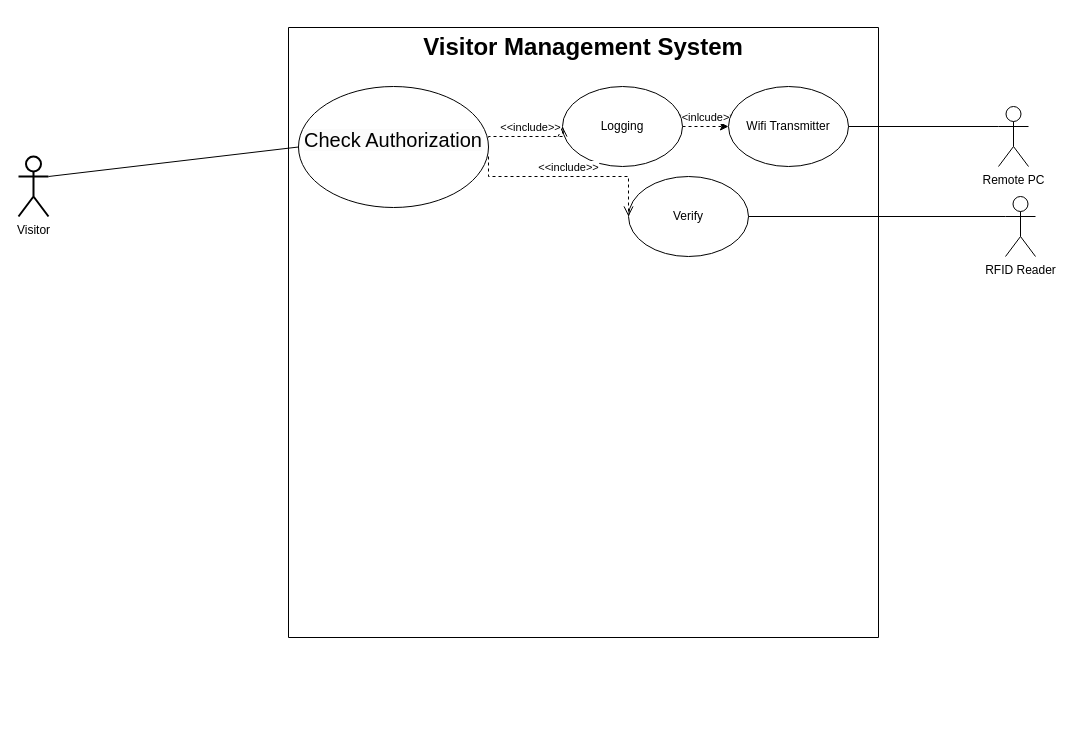
Above: UseCasediagram.drawio in iHaiDeeZ/Arduino (draw.io), before the change. Source tidied: cells renumbered, new cells numbered last; positions are measured from the earlier drawing's top-left corner, leaving out a move shared by most shapes. Both pictures are drawn from the tidied source at 100%, with x=0, y=0 at pixel (18, 27).
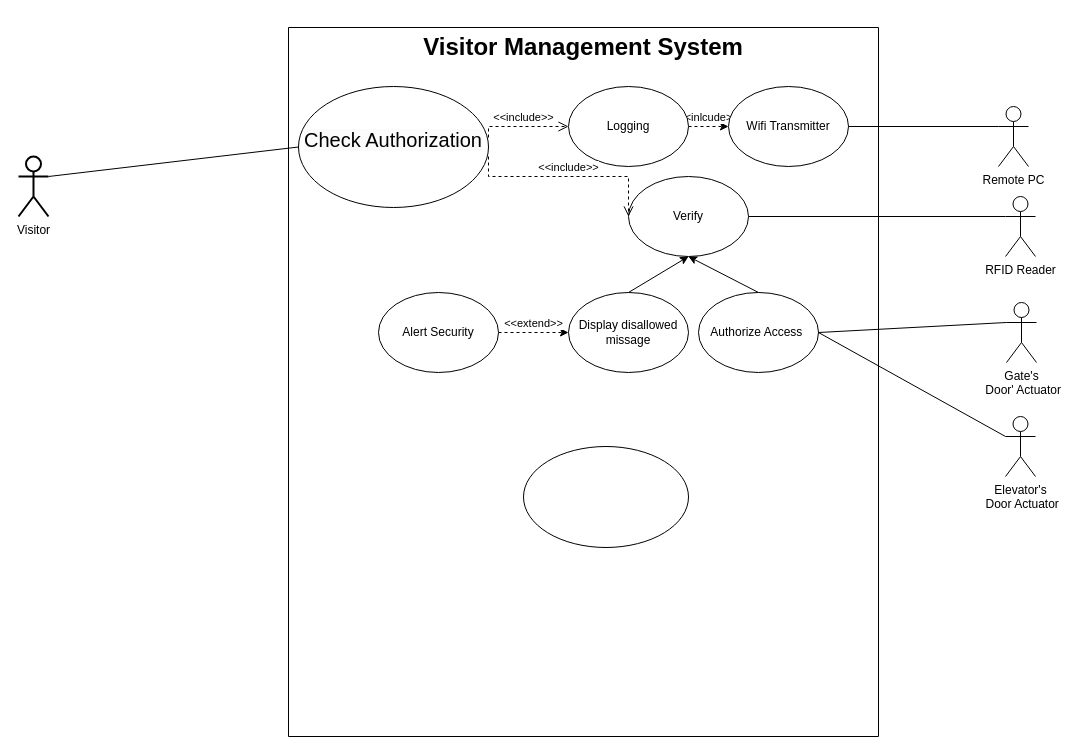
Above is the later version.

Unchanged cells that the change refers to:
```xml
<mxCell id="5" value="Verify" style="ellipse;whiteSpace=wrap;html=1;" parent="2" vertex="1">
  <mxGeometry x="340" y="149" width="120" height="80" as="geometry" />
</mxCell>
```

The edit, as a diff of the source:
```diff
@@
     <mxCell id="2" style="swimlane;startSize=0;" parent="1" vertex="1">
-      <mxGeometry x="270" width="590" height="610" as="geometry" />
+      <mxGeometry x="270" width="590" height="709" as="geometry" />
     </mxCell>
@@
     <mxCell id="7" value="Logging" style="ellipse;whiteSpace=wrap;html=1;" parent="2" vertex="1">
-      <mxGeometry x="274" y="59" width="120" height="80" as="geometry" />
+      <mxGeometry x="280" y="59" width="120" height="80" as="geometry" />
     </mxCell>
     <mxCell id="8" value="&amp;lt;&amp;lt;include&amp;gt;&amp;gt;" style="html=1;verticalAlign=bottom;endArrow=open;dashed=1;endSize=8;edgeStyle=elbowEdgeStyle;elbow=vertical;curved=0;rounded=0;strokeWidth=1;entryX=0;entryY=0.5;entryDx=0;entryDy=0;" parent="2" edge="1" target="7">
       <mxGeometry relative="1" as="geometry">
         <mxPoint x="200" y="110" as="sourcePoint" />
         <Array as="points">
+          <mxPoint x="220" y="99" />
           <mxPoint x="280" y="109" />
         </Array>
       </mxGeometry>
     </mxCell>
@@
+    <mxCell id="17" value="Display disallowed missage" style="ellipse;whiteSpace=wrap;html=1;" parent="2" vertex="1">
+      <mxGeometry x="280" y="265" width="120" height="80" as="geometry" />
+    </mxCell>
+    <mxCell id="18" value="Authorize Access&amp;nbsp;" style="ellipse;whiteSpace=wrap;html=1;" parent="2" vertex="1">
+      <mxGeometry x="410" y="265" width="120" height="80" as="geometry" />
+    </mxCell>
+    <mxCell id="19" style="endArrow=classic;html=1;rounded=0;exitX=0.5;exitY=0;exitDx=0;exitDy=0;entryX=0.5;entryY=1;entryDx=0;entryDy=0;" parent="2" edge="1" source="17" target="5">
+      <mxGeometry relative="1" as="geometry" />
+    </mxCell>
+    <mxCell id="20" style="endArrow=classic;html=1;rounded=0;exitX=0.5;exitY=0;exitDx=0;exitDy=0;entryX=0.5;entryY=1;entryDx=0;entryDy=0;" parent="2" edge="1" source="18" target="5">
+      <mxGeometry relative="1" as="geometry" />
+    </mxCell>
+    <mxCell id="21" value="&amp;lt;&amp;lt;extend&amp;gt;&amp;gt;" style="edgeStyle=orthogonalEdgeStyle;rounded=0;jettySize=auto;html=1;exitX=1;exitY=0.5;exitDx=0;exitDy=0;entryX=0;entryY=0.5;entryDx=0;entryDy=0;dashed=1;labelPosition=center;verticalLabelPosition=top;align=center;verticalAlign=bottom;" parent="2" edge="1" source="22" target="17">
+      <mxGeometry relative="1" as="geometry" />
+    </mxCell>
+    <mxCell id="22" value="Alert Security" style="ellipse;whiteSpace=wrap;html=1;" parent="2" vertex="1">
+      <mxGeometry x="90" y="265" width="120" height="80" as="geometry" />
+    </mxCell>
+    <mxCell id="23" style="ellipse;whiteSpace=wrap;html=1;" parent="2" vertex="1">
+      <mxGeometry x="235" y="419" width="165" height="101" as="geometry" />
+    </mxCell>
@@
+    <mxCell id="24" value="Gate's&lt;br&gt;&amp;nbsp;Door' Actuator" style="shape=umlActor;verticalLabelPosition=bottom;verticalAlign=top;html=1;outlineConnect=0;" parent="1" vertex="1">
+      <mxGeometry x="988" y="275" width="30" height="60" as="geometry" />
+    </mxCell>
+    <mxCell id="25" style="endArrow=none;html=1;rounded=0;exitX=1;exitY=0.5;exitDx=0;exitDy=0;entryX=0;entryY=0.3333333333333333;entryDx=0;entryDy=0;entryPerimeter=0;" parent="1" edge="1" source="18" target="24">
+      <mxGeometry relative="1" as="geometry" />
+    </mxCell>
+    <mxCell id="26" value="Elevator's&lt;br&gt;&amp;nbsp;Door Actuator" style="shape=umlActor;verticalLabelPosition=bottom;verticalAlign=top;html=1;outlineConnect=0;" parent="1" vertex="1">
+      <mxGeometry x="987" y="389" width="30" height="60" as="geometry" />
+    </mxCell>
+    <mxCell id="27" style="endArrow=none;html=1;rounded=0;entryX=0;entryY=0.3333333333333333;entryDx=0;entryDy=0;entryPerimeter=0;exitX=1;exitY=0.5;exitDx=0;exitDy=0;" parent="1" edge="1" source="18" target="26">
+      <mxGeometry relative="1" as="geometry" />
+    </mxCell>
```
